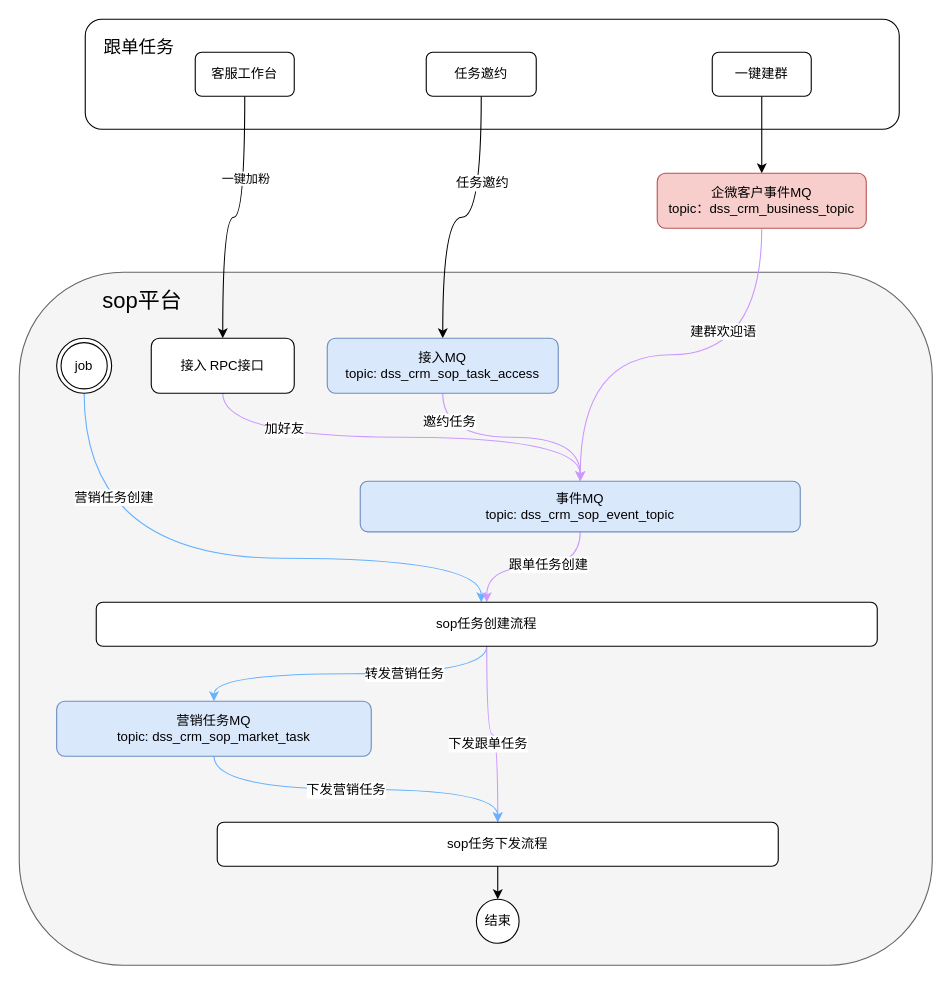
Above: sop流程.drawio in 330129161/draw.io (draw.io), before the change. Source tidied: cells renumbered, new cells numbered last; positions are measured from the earlier drawing's top-left corner, leaving out a move shared by most shapes. Both pictures are drawn from the tidied source at 110%, with x=0, y=0 at pixel (19, 19).
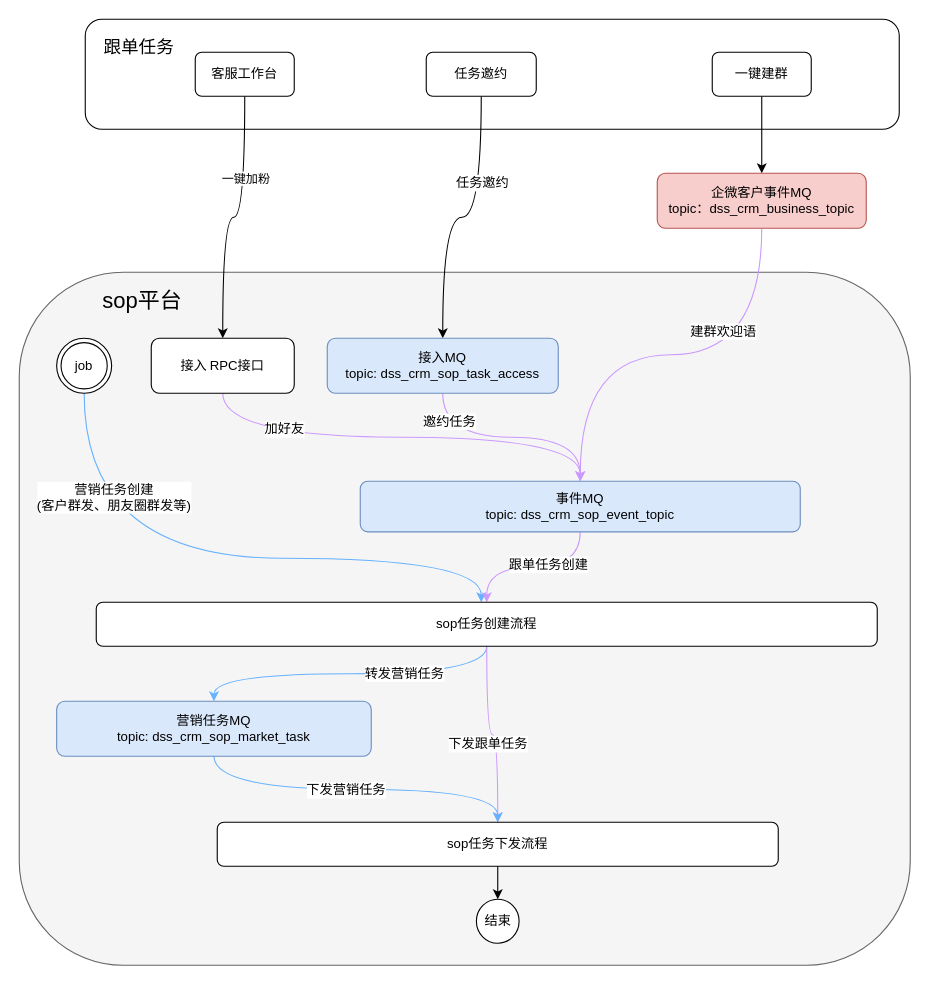
The same page after the edit.

The change refers to these unchanged cells:
```xml
<mxCell id="9" style="edgeStyle=orthogonalEdgeStyle;rounded=0;jettySize=auto;html=1;fontFamily=Helvetica;fontSize=12;fontColor=default;curved=1;strokeColor=#66B2FF;" parent="1" edge="1" source="11">
  <mxGeometry relative="1" as="geometry">
    <mxPoint x="420" y="530" as="targetPoint" />
    <Array as="points">
      <mxPoint x="59" y="490" />
      <mxPoint x="420" y="490" />
    </Array>
  </mxGeometry>
</mxCell>
```

The edit, as a diff of the source:
```diff
@@
     <mxCell id="3" style="rounded=1;whiteSpace=wrap;html=1;strokeColor=#666666;fillColor=#f5f5f5;fontColor=#333333;" parent="1" vertex="1">
-      <mxGeometry y="230" width="830" height="630" as="geometry" />
+      <mxGeometry y="230" width="810" height="630" as="geometry" />
     </mxCell>
@@
-    <mxCell id="10" value="营销任务创建" style="edgeLabel;html=1;align=center;verticalAlign=middle;fontSize=12;fontFamily=Helvetica;fontColor=default;" parent="9" vertex="1">
+    <mxCell id="10" value="营销任务创建&lt;br&gt;(客户群发、朋友圈群发等)" style="edgeLabel;html=1;align=center;verticalAlign=middle;fontSize=12;fontFamily=Helvetica;fontColor=default;" parent="9" vertex="1">
       <mxGeometry x="-0.66" y="26" relative="1" as="geometry" />
     </mxCell>
```
